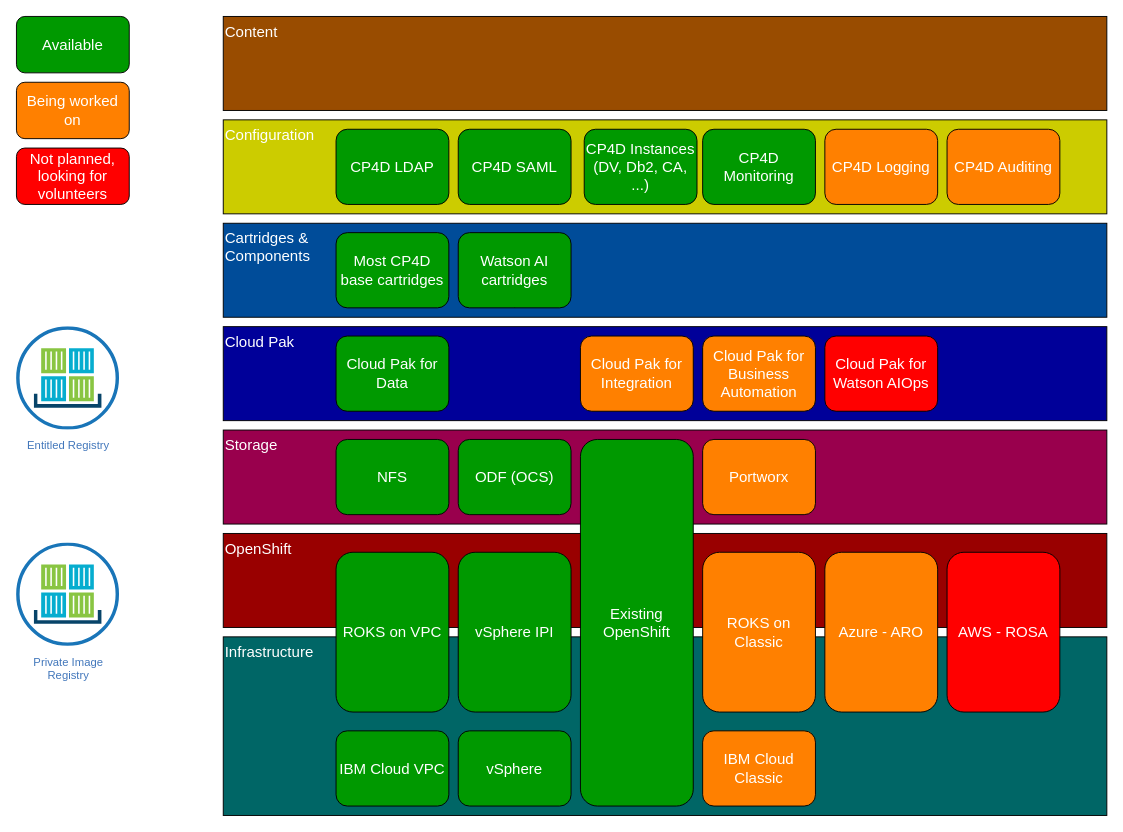
The draw.io diagram doc/src/pages/cp-deploy/overview/cp-deploy-current-state.drawio in IBM/cloud-pak-deployer, before the edit. Source tidied: cells renumbered, new cells numbered last; positions are measured from the earlier drawing's top-left corner, leaving out a move shared by most shapes. Both pictures are drawn from the tidied source at 94%, with x=0, y=0 at pixel (16, 16).
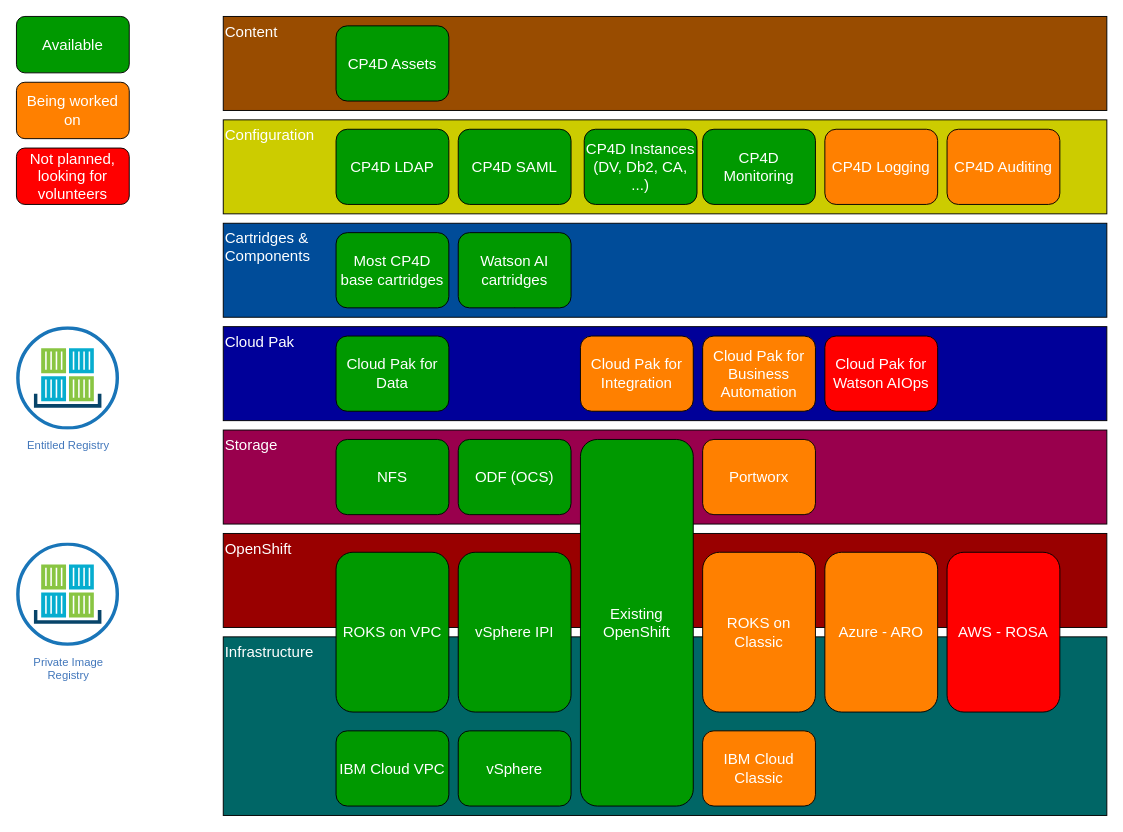
After the change.

Commit message (it also covers changes not shown here):
Deploy assets

Change to the diagram source:
```diff
@@
+    <mxCell id="45" value="CP4D Assets" style="rounded=1;whiteSpace=wrap;html=1;fontSize=16;fontColor=#FFFFFF;fillColor=#009900;align=center;verticalAlign=middle;" parent="1" vertex="1">
+      <mxGeometry x="340" y="10" width="120" height="80" as="geometry" />
+    </mxCell>
```
